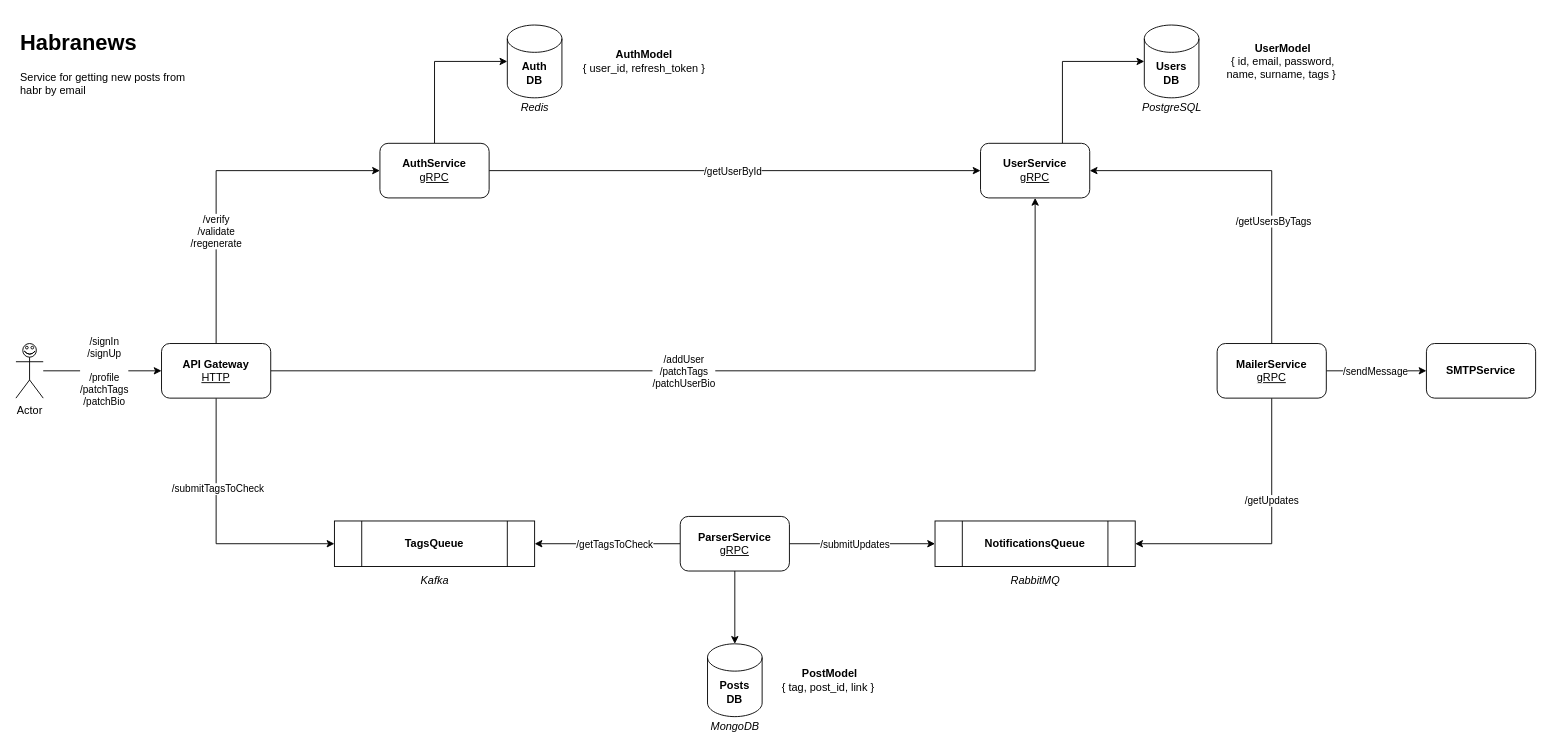
ythosa/habranews keeps this draw.io diagram as news-alert-architecture.drawio. Above is the earlier version. Source tidied: cells renumbered, new cells numbered last; positions are measured from the earlier drawing's top-left corner, leaving out a move shared by most shapes. Both pictures are drawn from the tidied source at 91%, with x=0, y=0 at pixel (15, 25).
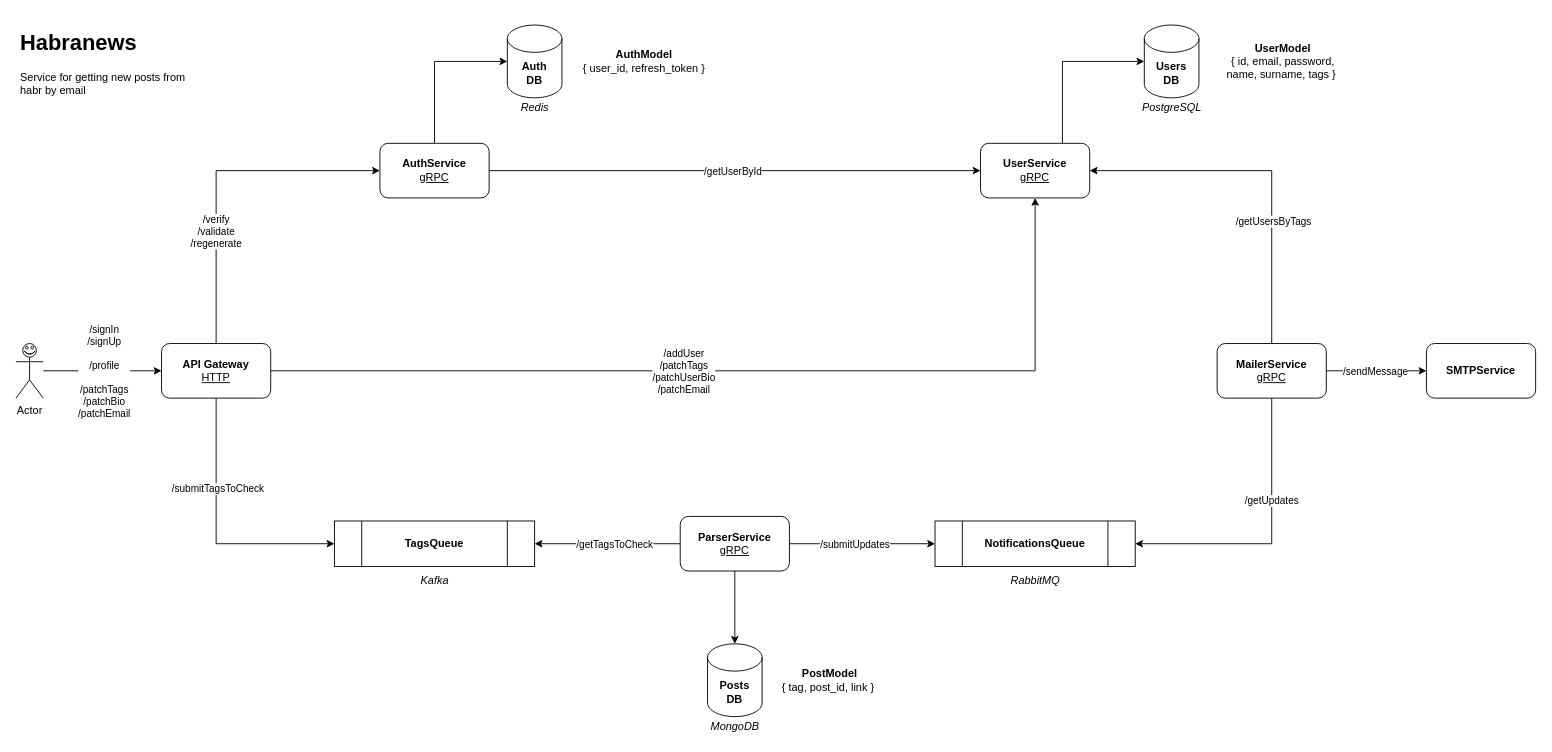
After the change.

The change refers to these unchanged cells:
```xml
<mxCell id="4" style="edgeStyle=orthogonalEdgeStyle;rounded=0;jettySize=auto;html=1;exitX=1;exitY=0.5;exitDx=0;exitDy=0;entryX=0.5;entryY=1;entryDx=0;entryDy=0;" parent="1" edge="1" source="8" target="10">
  <mxGeometry relative="1" as="geometry" />
</mxCell>
<mxCell id="34" style="edgeStyle=orthogonalEdgeStyle;rounded=0;jettySize=auto;html=1;entryX=0;entryY=0.5;entryDx=0;entryDy=0;" parent="1" edge="1" source="36" target="8">
  <mxGeometry relative="1" as="geometry" />
</mxCell>
```

Diff of the diagram source:
```diff
@@
-    <mxCell id="5" value="/addUser&lt;br&gt;/patchTags&lt;br&gt;/patchUserBio" style="edgeLabel;html=1;align=center;verticalAlign=middle;" parent="4" vertex="1">
+    <mxCell id="5" value="/addUser&lt;br&gt;/patchTags&lt;br&gt;/patchUserBio&lt;br&gt;/patchEmail" style="edgeLabel;html=1;align=center;verticalAlign=middle;" parent="4" vertex="1">
       <mxGeometry x="-0.12" y="-5" relative="1" as="geometry">
         <mxPoint y="-5" as="offset" />
       </mxGeometry>
     </mxCell>
@@
-    <mxCell id="35" value="/signIn&lt;br&gt;/signUp&lt;br&gt;&lt;br&gt;/profile&lt;br&gt;/patchTags&lt;br&gt;/patchBio" style="edgeLabel;html=1;align=center;verticalAlign=middle;" parent="34" vertex="1">
+    <mxCell id="35" value="/signIn&lt;br&gt;/signUp&lt;br&gt;&lt;br&gt;/profile&lt;br&gt;&lt;br&gt;/patchTags&lt;br&gt;/patchBio&lt;br&gt;/patchEmail" style="edgeLabel;html=1;align=center;verticalAlign=middle;" parent="34" vertex="1">
       <mxGeometry x="-0.18" y="-3" relative="1" as="geometry">
         <mxPoint x="13" y="-3" as="offset" />
       </mxGeometry>
     </mxCell>
```
